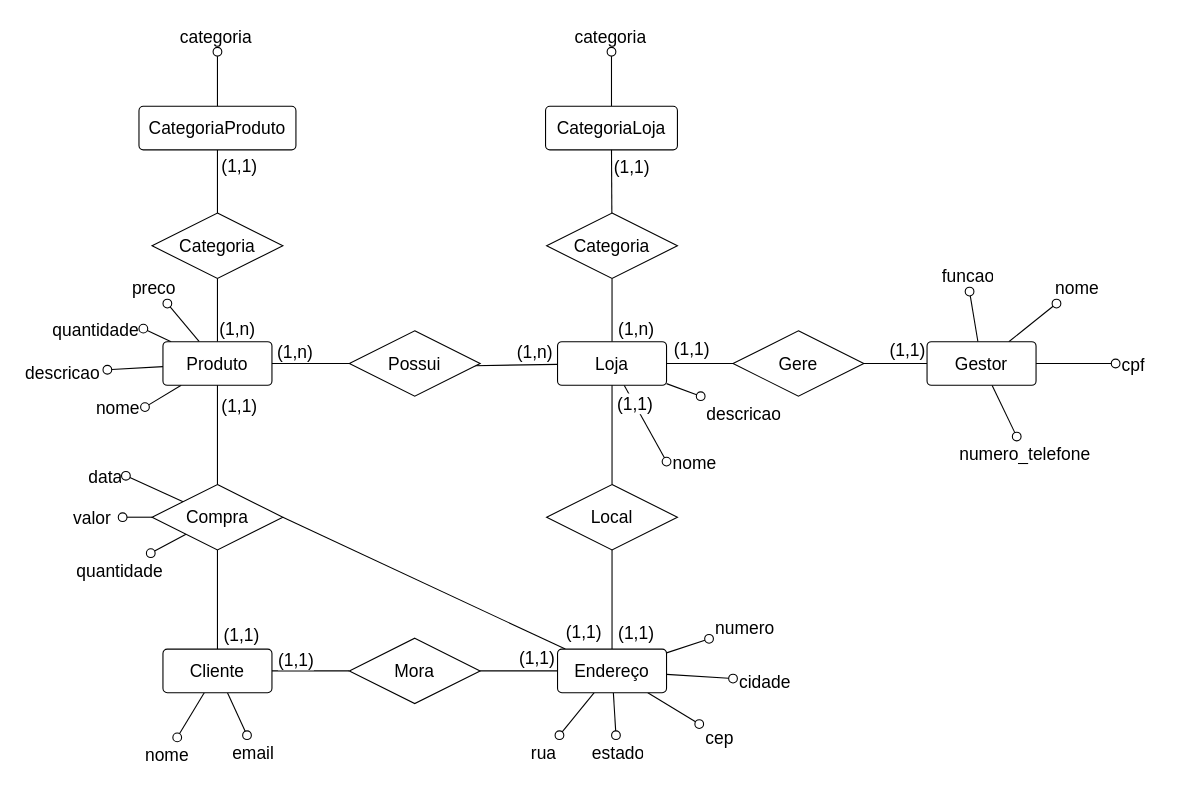
This is modelo_conceitual.drawio from GianOrtiz/crazy-marketplace, a draw.io file, before an edit. Source tidied: cells renumbered, new cells numbered last; positions are measured from the earlier drawing's top-left corner, leaving out a move shared by most shapes. Both pictures are drawn from the tidied source at 109%, with x=0, y=0 at pixel (19, 19).
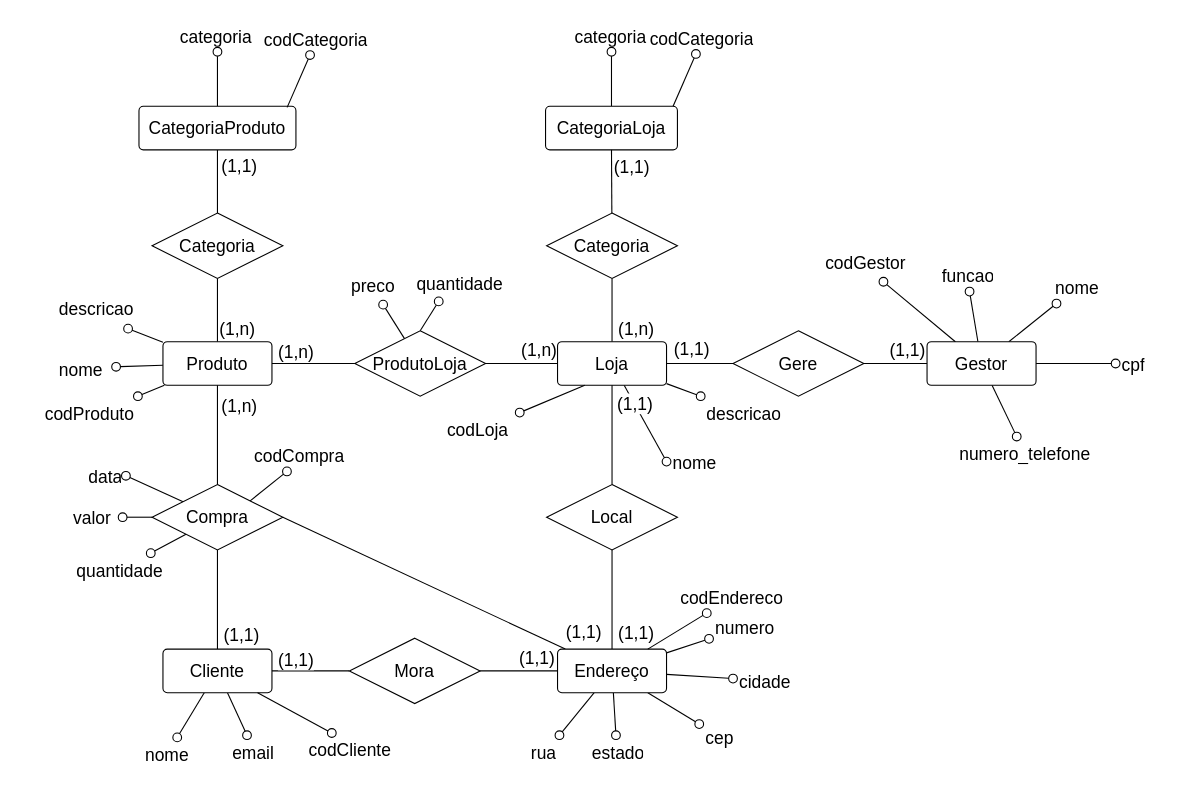
The same page after the edit.

Commit message:
Update conceptual model with correct relationships

The change refers to these unchanged cells:
```xml
<mxCell id="6" value="&lt;div&gt;Cliente&lt;/div&gt;" style="rounded=1;arcSize=10;whiteSpace=wrap;html=1;align=center;fontSize=16;" parent="1" vertex="1">
  <mxGeometry x="132" y="578" width="100" height="40" as="geometry" />
</mxCell>
<mxCell id="15" value="&lt;div&gt;Loja&lt;/div&gt;" style="rounded=1;arcSize=10;whiteSpace=wrap;html=1;align=center;fontSize=16;" parent="1" vertex="1">
  <mxGeometry x="494" y="296" width="100" height="40" as="geometry" />
</mxCell>
<mxCell id="17" value="CategoriaProduto" style="rounded=1;arcSize=10;whiteSpace=wrap;html=1;align=center;fontSize=16;" parent="1" vertex="1">
  <mxGeometry x="110" y="80" width="144" height="40" as="geometry" />
</mxCell>
<mxCell id="26" value="Produto" style="rounded=1;arcSize=10;whiteSpace=wrap;html=1;align=center;fontSize=16;" parent="1" vertex="1">
  <mxGeometry x="132" y="296" width="100" height="40" as="geometry" />
</mxCell>
<mxCell id="36" value="Endereço" style="rounded=1;arcSize=10;whiteSpace=wrap;html=1;align=center;fontSize=16;" parent="1" vertex="1">
  <mxGeometry x="494" y="578" width="100" height="40" as="geometry" />
</mxCell>
<mxCell id="37" style="edgeStyle=none;curved=1;rounded=0;jettySize=auto;html=1;entryX=0.5;entryY=1;entryDx=0;entryDy=0;fontSize=12;startSize=8;endSize=8;endArrow=none;endFill=0;" parent="1" edge="1" source="42" target="26">
  <mxGeometry relative="1" as="geometry" />
</mxCell>
<mxCell id="42" value="Compra" style="shape=rhombus;perimeter=rhombusPerimeter;whiteSpace=wrap;html=1;align=center;fontSize=16;" parent="1" vertex="1">
  <mxGeometry x="122" y="427" width="120" height="60" as="geometry" />
</mxCell>
<mxCell id="82" value="Gestor" style="rounded=1;arcSize=10;whiteSpace=wrap;html=1;align=center;fontSize=16;" parent="1" vertex="1">
  <mxGeometry x="833" y="296" width="100" height="40" as="geometry" />
</mxCell>
```

Diff of the diagram source:
```diff
@@
-    <mxCell id="7" style="edgeStyle=none;curved=1;rounded=0;jettySize=auto;html=1;entryX=0.95;entryY=0.533;entryDx=0;entryDy=0;entryPerimeter=0;fontSize=12;startSize=8;endSize=8;endArrow=none;endFill=0;" parent="1" edge="1" source="15" target="53">
-      <mxGeometry relative="1" as="geometry" />
+    <mxCell id="7" style="edgeStyle=none;curved=1;rounded=0;jettySize=auto;html=1;fontSize=12;startSize=8;endSize=8;endArrow=none;endFill=0;" parent="1" edge="1" source="15">
+      <mxGeometry relative="1" as="geometry">
+        <mxPoint x="428" y="316" as="targetPoint" />
+      </mxGeometry>
     </mxCell>
@@
-    <mxCell id="22" style="edgeStyle=none;curved=1;rounded=0;jettySize=auto;html=1;entryX=1;entryY=0.5;entryDx=0;entryDy=0;fontSize=12;startSize=8;endSize=8;endArrow=oval;endFill=0;" parent="1" edge="1" source="26" target="68">
-      <mxGeometry relative="1" as="geometry" />
+    <mxCell id="22" style="edgeStyle=none;curved=1;rounded=0;jettySize=auto;html=1;fontSize=12;startSize=8;endSize=8;endArrow=oval;endFill=0;" parent="1" edge="1" source="26">
+      <mxGeometry relative="1" as="geometry">
+        <mxPoint x="89" y="319" as="targetPoint" />
+      </mxGeometry>
     </mxCell>
-    <mxCell id="23" style="edgeStyle=none;curved=1;rounded=0;jettySize=auto;html=1;fontSize=12;startSize=8;endSize=8;endArrow=oval;endFill=0;" parent="1" edge="1" source="26" target="67">
-      <mxGeometry relative="1" as="geometry" />
+    <mxCell id="23" style="edgeStyle=none;curved=1;rounded=0;jettySize=auto;html=1;fontSize=12;startSize=8;endSize=8;endArrow=oval;endFill=0;" parent="1" edge="1" source="26">
+      <mxGeometry relative="1" as="geometry">
+        <mxPoint x="100" y="284" as="targetPoint" />
+      </mxGeometry>
     </mxCell>
-    <mxCell id="24" style="edgeStyle=none;curved=1;rounded=0;jettySize=auto;html=1;entryX=1;entryY=0.5;entryDx=0;entryDy=0;fontSize=12;startSize=8;endSize=8;endArrow=oval;endFill=0;" parent="1" edge="1" source="26" target="66">
-      <mxGeometry relative="1" as="geometry" />
+    <mxCell id="24" style="edgeStyle=none;curved=1;rounded=0;orthogonalLoop=1;jettySize=auto;html=1;fontSize=12;startSize=8;endSize=8;endArrow=oval;endFill=0;exitX=0.5;exitY=0;exitDx=0;exitDy=0;" parent="1" edge="1">
+      <mxGeometry relative="1" as="geometry">
+        <mxPoint x="368" y="286" as="sourcePoint" />
+        <mxPoint x="385" y="259" as="targetPoint" />
+      </mxGeometry>
     </mxCell>
-    <mxCell id="25" style="edgeStyle=none;curved=1;rounded=0;jettySize=auto;html=1;fontSize=12;startSize=8;endSize=8;endArrow=oval;endFill=0;" parent="1" edge="1" source="26" target="65">
-      <mxGeometry relative="1" as="geometry" />
+    <mxCell id="25" style="edgeStyle=none;curved=1;rounded=0;orthogonalLoop=1;jettySize=auto;html=1;fontSize=12;startSize=8;endSize=8;endArrow=oval;endFill=0;" parent="1" edge="1">
+      <mxGeometry relative="1" as="geometry">
+        <mxPoint x="353.6" y="293.2" as="sourcePoint" />
+        <mxPoint x="334" y="262" as="targetPoint" />
+      </mxGeometry>
     </mxCell>
@@
-    <mxCell id="38" value="(1,1)" style="edgeLabel;html=1;align=center;verticalAlign=middle;fontSize=16;" parent="37" vertex="1">
+    <mxCell id="38" value="(1,n)" style="edgeLabel;html=1;align=center;verticalAlign=middle;fontSize=16;" parent="37" vertex="1">
       <mxGeometry x="0.61" y="2" relative="1" as="geometry">
         <mxPoint x="21" as="offset" />
       </mxGeometry>
     </mxCell>
@@
-    <mxCell id="51" style="edgeStyle=none;curved=1;rounded=0;jettySize=auto;html=1;entryX=1;entryY=0.5;entryDx=0;entryDy=0;fontSize=12;startSize=8;endSize=8;endArrow=none;endFill=0;" parent="1" edge="1" source="53" target="26">
-      <mxGeometry relative="1" as="geometry" />
+    <mxCell id="51" style="edgeStyle=none;curved=1;rounded=0;jettySize=auto;html=1;entryX=1;entryY=0.5;entryDx=0;entryDy=0;fontSize=12;startSize=8;endSize=8;endArrow=none;endFill=0;exitX=0;exitY=0.5;exitDx=0;exitDy=0;" parent="1" edge="1" target="26">
+      <mxGeometry relative="1" as="geometry">
+        <mxPoint x="308" y="316" as="sourcePoint" />
+      </mxGeometry>
     </mxCell>
@@
-    <mxCell id="53" value="Possui" style="shape=rhombus;perimeter=rhombusPerimeter;whiteSpace=wrap;html=1;align=center;fontSize=16;" parent="1" vertex="1">
-      <mxGeometry x="303" y="286" width="120" height="60" as="geometry" />
-    </mxCell>
@@
     <mxCell id="65" value="preco" style="text;strokeColor=none;fillColor=none;spacingLeft=4;spacingRight=4;overflow=hidden;points=[[0,0.5],[1,0.5]];portConstraint=eastwest;fontSize=16;whiteSpace=wrap;html=1;" parent="1" vertex="1">
-      <mxGeometry x="98" y="231" width="51" height="30" as="geometry" />
+      <mxGeometry x="299" y="229" width="51" height="30" as="geometry" />
     </mxCell>
     <mxCell id="66" value="&lt;div&gt;quantidade&lt;/div&gt;" style="text;strokeColor=none;fillColor=none;spacingLeft=4;spacingRight=4;overflow=hidden;points=[[0,0.5],[1,0.5]];portConstraint=eastwest;fontSize=16;whiteSpace=wrap;html=1;" parent="1" vertex="1">
-      <mxGeometry x="25" y="269" width="89" height="30" as="geometry" />
+      <mxGeometry x="359" y="227" width="89" height="30" as="geometry" />
     </mxCell>
     <mxCell id="67" value="&lt;div&gt;descricao&lt;/div&gt;" style="text;strokeColor=none;fillColor=none;spacingLeft=4;spacingRight=4;overflow=hidden;points=[[0,0.5],[1,0.5]];portConstraint=eastwest;fontSize=16;whiteSpace=wrap;html=1;" parent="1" vertex="1">
-      <mxGeometry y="309" width="81" height="30" as="geometry" />
+      <mxGeometry x="31" y="250" width="81" height="30" as="geometry" />
     </mxCell>
     <mxCell id="68" value="nome" style="text;strokeColor=none;fillColor=none;spacingLeft=4;spacingRight=4;overflow=hidden;points=[[0,0.5],[1,0.5]];portConstraint=eastwest;fontSize=16;whiteSpace=wrap;html=1;" parent="1" vertex="1">
-      <mxGeometry x="64.5" y="341" width="51" height="30" as="geometry" />
+      <mxGeometry x="31" y="306" width="51" height="30" as="geometry" />
     </mxCell>
@@
+    <mxCell id="90" value="ProdutoLoja" style="shape=rhombus;perimeter=rhombusPerimeter;whiteSpace=wrap;html=1;align=center;fontSize=16;" parent="1" vertex="1">
+      <mxGeometry x="308" y="286" width="120" height="60" as="geometry" />
+    </mxCell>
+    <mxCell id="91" style="edgeStyle=none;curved=1;rounded=0;jettySize=auto;html=1;fontSize=12;startSize=8;endSize=8;endArrow=oval;endFill=0;exitX=0.944;exitY=0.025;exitDx=0;exitDy=0;exitPerimeter=0;" parent="1" edge="1" source="17" target="92">
+      <mxGeometry relative="1" as="geometry" />
+    </mxCell>
+    <mxCell id="92" value="&lt;div&gt;codCategoria&lt;/div&gt;&lt;div&gt;&lt;br&gt;&lt;/div&gt;" style="text;strokeColor=none;fillColor=none;spacingLeft=4;spacingRight=4;overflow=hidden;points=[[0,0.5],[1,0.5]];portConstraint=eastwest;fontSize=16;whiteSpace=wrap;html=1;" parent="1" vertex="1">
+      <mxGeometry x="219" y="3" width="109" height="30" as="geometry" />
+    </mxCell>
+    <mxCell id="93" style="edgeStyle=none;curved=1;rounded=0;jettySize=auto;html=1;fontSize=12;startSize=8;endSize=8;endArrow=oval;endFill=0;exitX=0.944;exitY=0.025;exitDx=0;exitDy=0;exitPerimeter=0;" parent="1" edge="1" target="94">
+      <mxGeometry relative="1" as="geometry">
+        <mxPoint x="600" y="80" as="sourcePoint" />
+      </mxGeometry>
+    </mxCell>
+    <mxCell id="94" value="&lt;div&gt;codCategoria&lt;/div&gt;&lt;div&gt;&lt;br&gt;&lt;/div&gt;" style="text;strokeColor=none;fillColor=none;spacingLeft=4;spacingRight=4;overflow=hidden;points=[[0,0.5],[1,0.5]];portConstraint=eastwest;fontSize=16;whiteSpace=wrap;html=1;" parent="1" vertex="1">
+      <mxGeometry x="573" y="2" width="109" height="30" as="geometry" />
+    </mxCell>
+    <mxCell id="95" style="edgeStyle=none;curved=1;rounded=0;jettySize=auto;html=1;fontSize=12;startSize=8;endSize=8;endArrow=oval;endFill=0;" parent="1" edge="1" source="26" target="96">
+      <mxGeometry relative="1" as="geometry" />
+    </mxCell>
+    <mxCell id="96" value="&lt;div&gt;codProduto&lt;/div&gt;" style="text;strokeColor=none;fillColor=none;spacingLeft=4;spacingRight=4;overflow=hidden;points=[[0,0.5],[1,0.5]];portConstraint=eastwest;fontSize=16;whiteSpace=wrap;html=1;" parent="1" vertex="1">
+      <mxGeometry x="18" y="346" width="109" height="30" as="geometry" />
+    </mxCell>
+    <mxCell id="97" style="edgeStyle=none;curved=1;rounded=0;jettySize=auto;html=1;fontSize=12;startSize=8;endSize=8;endArrow=oval;endFill=0;exitX=0.25;exitY=1;exitDx=0;exitDy=0;" parent="1" edge="1" source="15" target="98">
+      <mxGeometry relative="1" as="geometry" />
+    </mxCell>
+    <mxCell id="98" value="codLoja" style="text;strokeColor=none;fillColor=none;spacingLeft=4;spacingRight=4;overflow=hidden;points=[[0,0.5],[1,0.5]];portConstraint=eastwest;fontSize=16;whiteSpace=wrap;html=1;" parent="1" vertex="1">
+      <mxGeometry x="387" y="361" width="73" height="30" as="geometry" />
+    </mxCell>
+    <mxCell id="99" style="edgeStyle=none;curved=1;rounded=0;jettySize=auto;html=1;fontSize=12;startSize=8;endSize=8;endArrow=oval;endFill=0;exitX=1;exitY=0;exitDx=0;exitDy=0;" parent="1" edge="1" source="42" target="100">
+      <mxGeometry relative="1" as="geometry" />
+    </mxCell>
+    <mxCell id="100" value="codCompra" style="text;strokeColor=none;fillColor=none;spacingLeft=4;spacingRight=4;overflow=hidden;points=[[0,0.5],[1,0.5]];portConstraint=eastwest;fontSize=16;whiteSpace=wrap;html=1;" parent="1" vertex="1">
+      <mxGeometry x="210" y="385" width="109" height="30" as="geometry" />
+    </mxCell>
+    <mxCell id="101" style="edgeStyle=none;curved=1;rounded=0;jettySize=auto;html=1;fontSize=12;startSize=8;endSize=8;endArrow=oval;endFill=0;" parent="1" edge="1" source="6" target="102">
+      <mxGeometry relative="1" as="geometry" />
+    </mxCell>
+    <mxCell id="102" value="codCliente" style="text;strokeColor=none;fillColor=none;spacingLeft=4;spacingRight=4;overflow=hidden;points=[[0,0.5],[1,0.5]];portConstraint=eastwest;fontSize=16;whiteSpace=wrap;html=1;" parent="1" vertex="1">
+      <mxGeometry x="260" y="655" width="109" height="30" as="geometry" />
+    </mxCell>
+    <mxCell id="103" style="edgeStyle=none;curved=1;rounded=0;jettySize=auto;html=1;fontSize=12;startSize=8;endSize=8;endArrow=oval;endFill=0;" parent="1" edge="1" source="36" target="104">
+      <mxGeometry relative="1" as="geometry" />
+    </mxCell>
+    <mxCell id="104" value="codEndereco" style="text;strokeColor=none;fillColor=none;spacingLeft=4;spacingRight=4;overflow=hidden;points=[[0,0.5],[1,0.5]];portConstraint=eastwest;fontSize=16;whiteSpace=wrap;html=1;" parent="1" vertex="1">
+      <mxGeometry x="601" y="515" width="109" height="30" as="geometry" />
+    </mxCell>
+    <mxCell id="105" style="edgeStyle=none;curved=1;rounded=0;jettySize=auto;html=1;fontSize=12;startSize=8;endSize=8;endArrow=oval;endFill=0;" parent="1" edge="1" source="82">
+      <mxGeometry relative="1" as="geometry">
+        <mxPoint x="793" y="241" as="targetPoint" />
+      </mxGeometry>
+    </mxCell>
+    <mxCell id="106" value="codGestor" style="text;strokeColor=none;fillColor=none;spacingLeft=4;spacingRight=4;overflow=hidden;fontSize=16;whiteSpace=wrap;html=1;" parent="1" vertex="1">
+      <mxGeometry x="734" y="208" width="109" height="30" as="geometry" />
+    </mxCell>
```
